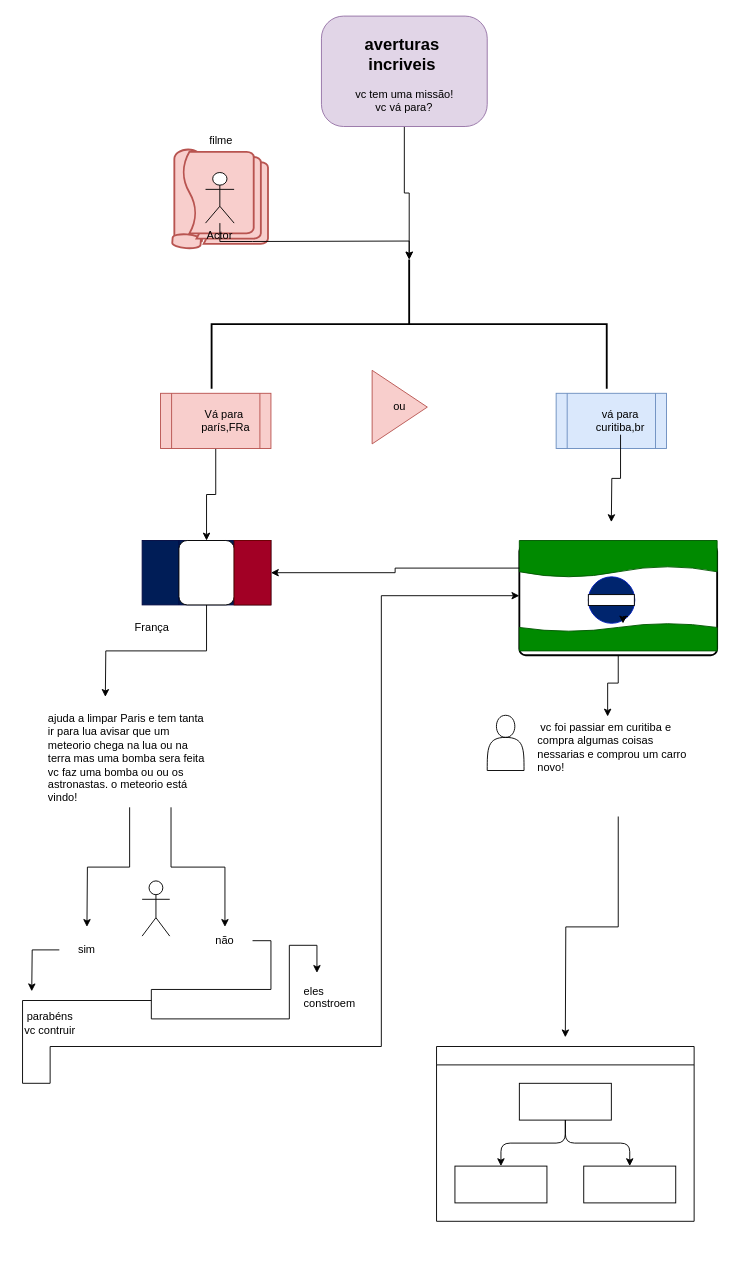
The draw.io diagram avertura incrivel.drawio in joaop2010santos-cyber/aventuras-incrives, before the edit. Source tidied: cells renumbered, new cells numbered last; positions are measured from the earlier drawing's top-left corner, leaving out a move shared by most shapes. Both pictures are drawn from the tidied source at 92%, with x=0, y=0 at pixel (22, 16).
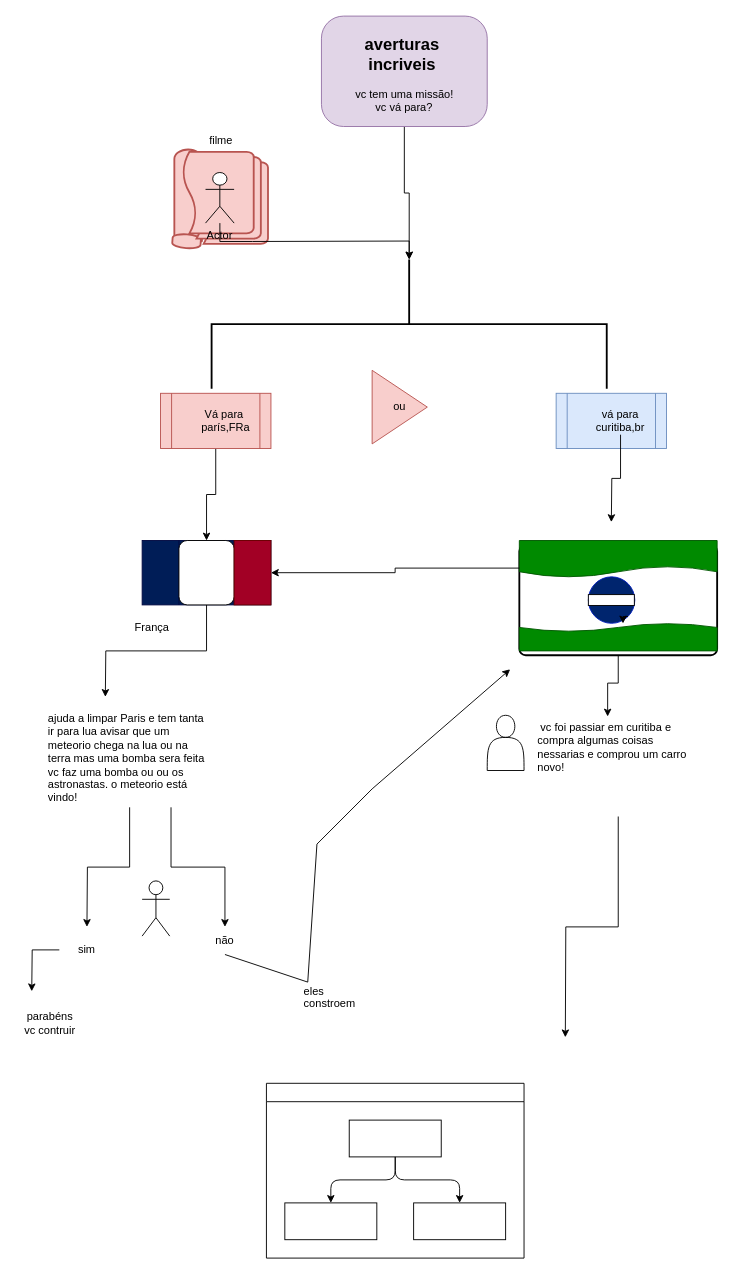
Above is the later version.

Unchanged cells that the change refers to:
```xml
<mxCell id="40" value="não" style="text;html=1;align=center;verticalAlign=middle;whiteSpace=wrap;rounded=0;" parent="1" vertex="1">
  <mxGeometry x="190" y="990" width="60" height="30" as="geometry" />
</mxCell>
```

What changed in the source:
```diff
@@
-    <mxCell id="39" style="edgeStyle=orthogonalEdgeStyle;rounded=0;jettySize=auto;html=1;exitX=1;exitY=0.5;exitDx=0;exitDy=0;" parent="1" edge="1" source="40">
-      <mxGeometry relative="1" as="geometry">
-        <mxPoint x="320" y="1040" as="targetPoint" />
-        <Array as="points">
-          <mxPoint x="270" y="1005" />
-          <mxPoint x="270" y="1058" />
-          <mxPoint x="140" y="1058" />
-          <mxPoint x="140" y="1090" />
-          <mxPoint x="290" y="1090" />
-          <mxPoint x="290" y="1010" />
-          <mxPoint x="320" y="1010" />
-        </Array>
-      </mxGeometry>
-    </mxCell>
@@
-    <mxCell id="45" style="edgeStyle=orthogonalEdgeStyle;rounded=0;orthogonalLoop=1;jettySize=auto;html=1;" parent="1" edge="1">
-      <mxGeometry relative="1" as="geometry">
-        <mxPoint x="140" y="1070" as="sourcePoint" />
-        <mxPoint x="540" y="630" as="targetPoint" />
-        <Array as="points">
-          <mxPoint y="1160" />
-          <mxPoint x="30" y="1160" />
-          <mxPoint x="30" y="1120" />
-          <mxPoint x="390" y="1120" />
-          <mxPoint x="390" y="630" />
-        </Array>
-      </mxGeometry>
-    </mxCell>
@@
     <mxCell id="48" style="swimlane;startSize=20;horizontal=1;horizontalTree=0;sortEdges=1;containerType=tree;fontSize=12;" parent="1" vertex="1">
-      <mxGeometry x="450" y="1120" width="280" height="190" as="geometry" />
+      <mxGeometry x="265.1" y="1160" width="280" height="190" as="geometry" />
     </mxCell>
@@
+    <mxCell id="56" style="endArrow=classic;html=1;rounded=0;exitX=0.5;exitY=1;exitDx=0;exitDy=0;" parent="1" edge="1" source="40">
+      <mxGeometry relative="1" as="geometry">
+        <mxPoint x="530" y="710" as="targetPoint" />
+        <Array as="points">
+          <mxPoint x="220" y="1020" />
+          <mxPoint x="310" y="1050" />
+          <mxPoint x="320" y="900" />
+          <mxPoint x="380" y="840" />
+        </Array>
+      </mxGeometry>
+    </mxCell>
```
